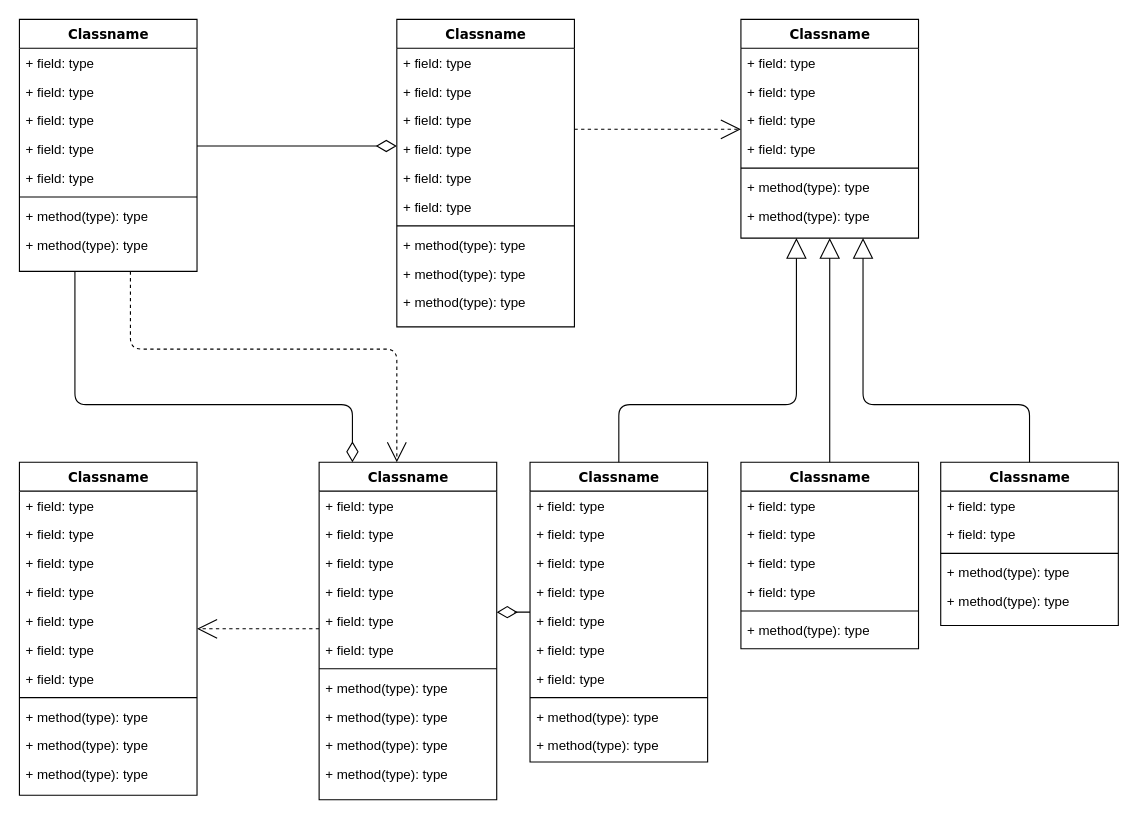
The draw.io diagram Диаграмма без названия.drawio in Pozitiv4500/Telegram-Bot, before the edit. Source tidied: cells renumbered, new cells numbered last; positions are measured from the earlier drawing's top-left corner, leaving out a move shared by most shapes. Both pictures are drawn from the tidied source at 111%, with x=0, y=0 at pixel (19, 19).
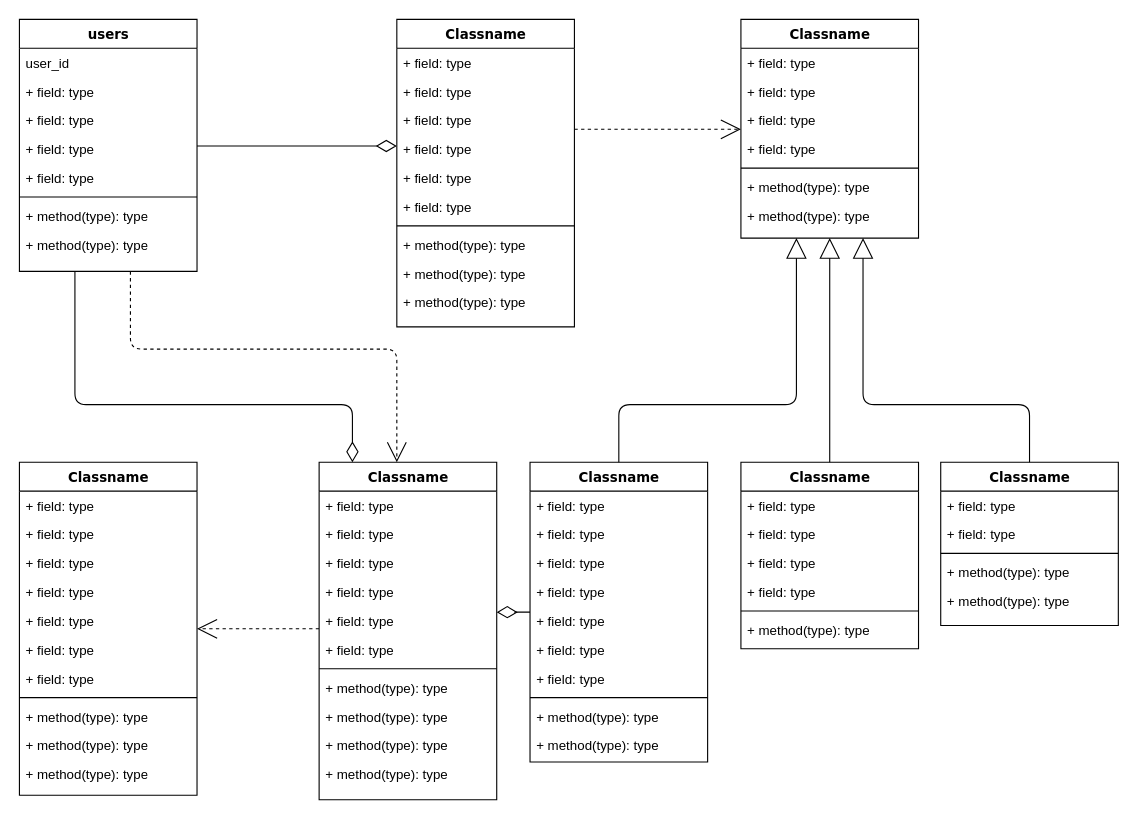
The same page after the edit.

Diff of the diagram source:
```diff
@@
-    <mxCell id="4" value="Classname" style="swimlane;html=1;fontStyle=1;align=center;verticalAlign=top;horizontal=1;startSize=26;swimlaneFillColor=#ffffff;rounded=0;shadow=0;comic=0;labelBackgroundColor=none;strokeWidth=1;fillColor=none;fontFamily=Verdana;fontSize=12;" parent="1" vertex="1">
+    <mxCell id="4" value="users" style="swimlane;html=1;fontStyle=1;align=center;verticalAlign=top;horizontal=1;startSize=26;swimlaneFillColor=#ffffff;rounded=0;shadow=0;comic=0;labelBackgroundColor=none;strokeWidth=1;fillColor=none;fontFamily=Verdana;fontSize=12;" parent="1" vertex="1">
       <mxGeometry width="160" height="227" as="geometry" />
     </mxCell>
-    <mxCell id="5" value="+ field: type" style="text;html=1;strokeColor=none;fillColor=none;align=left;verticalAlign=top;spacingLeft=4;spacingRight=4;whiteSpace=wrap;overflow=hidden;" parent="4" vertex="1">
+    <mxCell id="5" value="user_id" style="text;html=1;strokeColor=none;fillColor=none;align=left;verticalAlign=top;spacingLeft=4;spacingRight=4;whiteSpace=wrap;overflow=hidden;" parent="4" vertex="1">
       <mxGeometry y="26" width="160" height="26" as="geometry" />
     </mxCell>
```
